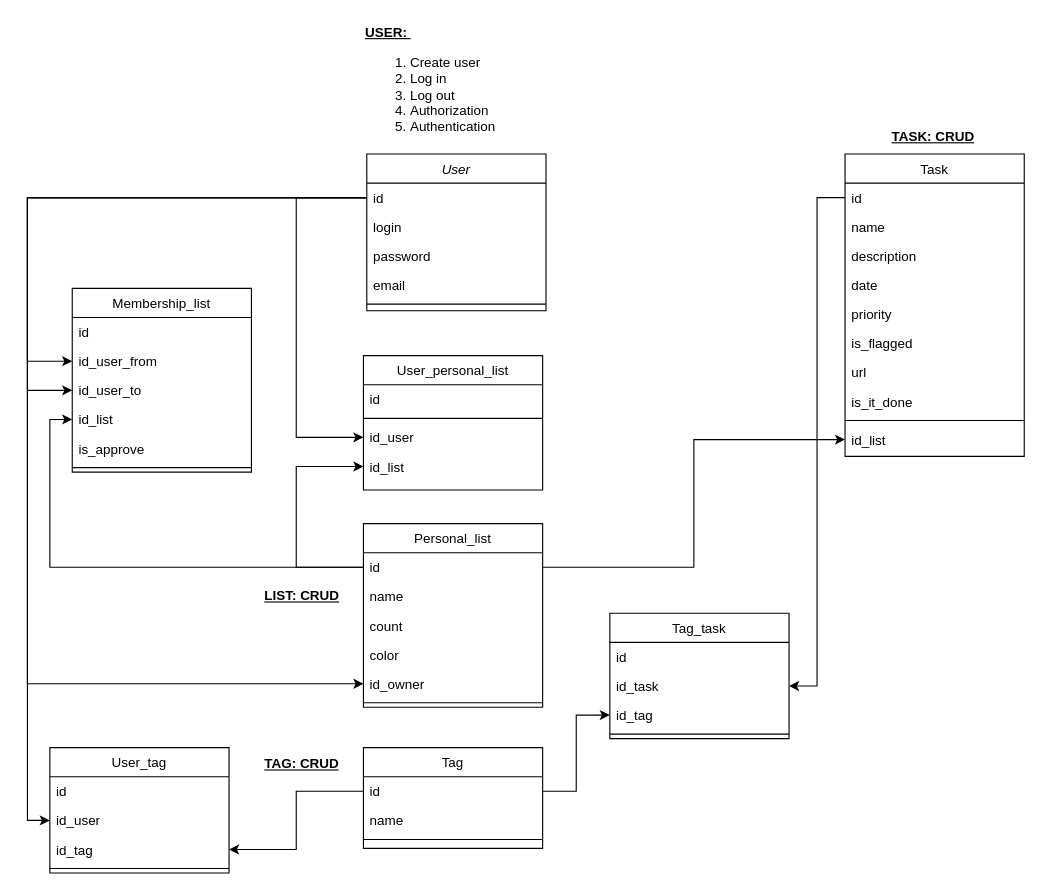
This is laravel-api.drawio from azzimandias/tasker-laravel-api, a draw.io file, before an edit. Source tidied: cells renumbered, new cells numbered last; positions are measured from the earlier drawing's top-left corner, leaving out a move shared by most shapes. Both pictures are drawn from the tidied source at 112%, with x=0, y=0 at pixel (27, 19).
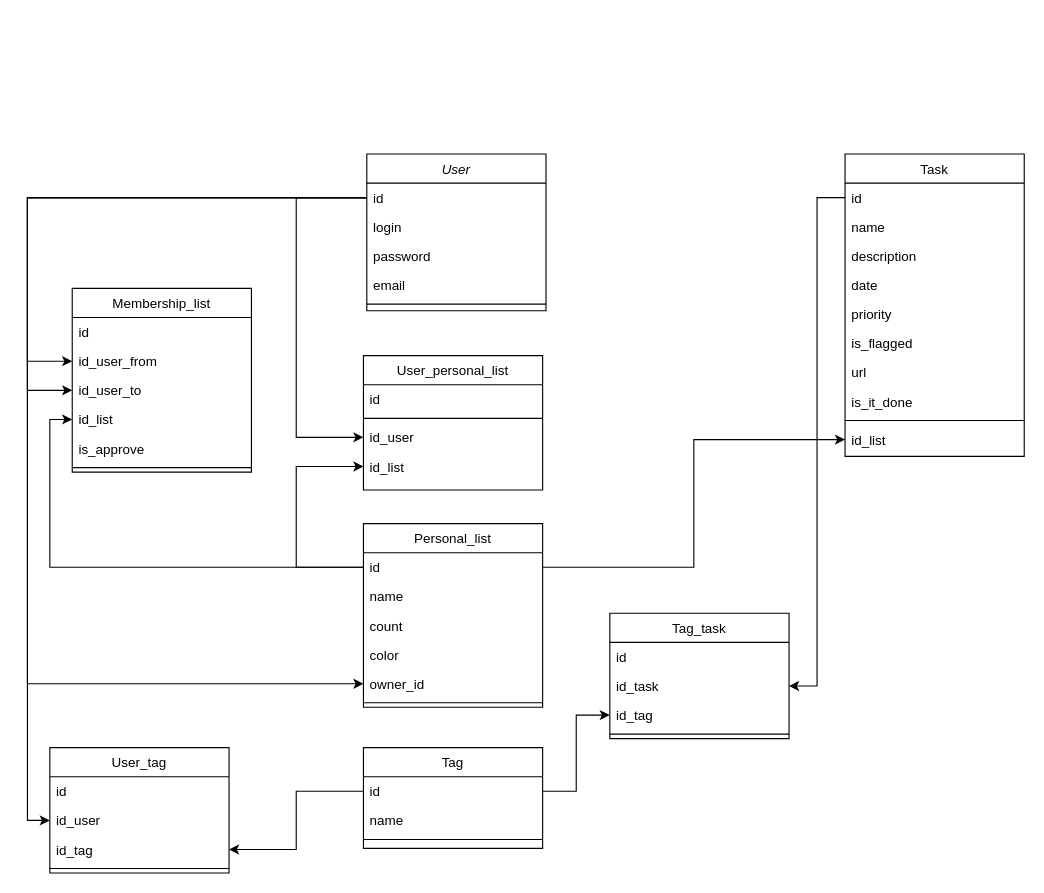
The same page after the edit.

Unchanged cells that the change refers to:
```xml
<mxCell id="12" value="Personal_list" style="swimlane;fontStyle=0;align=center;verticalAlign=top;horizontal=1;startSize=26;rounded=0;shadow=0;strokeWidth=1;" parent="1" vertex="1">
  <mxGeometry x="300" y="450" width="160" height="164" as="geometry" />
</mxCell>
```

The edit, as a diff of the source:
```diff
@@
-    <mxCell id="17" value="id_owner" style="text;align=left;verticalAlign=top;spacingLeft=4;spacingRight=4;overflow=hidden;points=[[0,0.5],[1,0.5]];portConstraint=eastwest;" parent="12" vertex="1">
+    <mxCell id="17" value="owner_id" style="text;align=left;verticalAlign=top;spacingLeft=4;spacingRight=4;overflow=hidden;points=[[0,0.5],[1,0.5]];portConstraint=eastwest;" parent="12" vertex="1">
       <mxGeometry y="130" width="160" height="26" as="geometry" />
     </mxCell>
@@
-    <mxCell id="37" value="&lt;b&gt;&lt;u&gt;USER:&amp;nbsp;&lt;/u&gt;&lt;/b&gt;&lt;br&gt;&lt;ol&gt;&lt;li&gt;Create user&lt;/li&gt;&lt;li&gt;Log in&lt;/li&gt;&lt;li&gt;Log out&lt;/li&gt;&lt;li&gt;Authorization&lt;/li&gt;&lt;li&gt;Authentication&lt;/li&gt;&lt;/ol&gt;" style="text;html=1;align=left;verticalAlign=middle;strokeColor=none;fillColor=none;" parent="1" vertex="1">
-      <mxGeometry x="300" width="140" height="120" as="geometry" />
-    </mxCell>
-    <mxCell id="38" value="&lt;b style=&quot;&quot;&gt;&lt;u&gt;LIST: CRUD&lt;br&gt;&lt;/u&gt;&lt;/b&gt;" style="text;html=1;align=left;verticalAlign=middle;strokeColor=none;fillColor=none;" parent="1" vertex="1">
-      <mxGeometry x="210" y="500" width="90" height="30" as="geometry" />
-    </mxCell>
-    <mxCell id="39" value="&lt;b style=&quot;&quot;&gt;&lt;u&gt;TAG: CRUD&lt;br&gt;&lt;/u&gt;&lt;/b&gt;" style="text;html=1;align=left;verticalAlign=middle;strokeColor=none;fillColor=none;" parent="1" vertex="1">
-      <mxGeometry x="210" y="650" width="90" height="30" as="geometry" />
-    </mxCell>
-    <mxCell id="40" value="&lt;b style=&quot;&quot;&gt;&lt;u&gt;TASK: CRUD&lt;br&gt;&lt;/u&gt;&lt;/b&gt;" style="text;html=1;align=left;verticalAlign=middle;strokeColor=none;fillColor=none;" parent="1" vertex="1">
-      <mxGeometry x="770" y="90" width="100" height="30" as="geometry" />
-    </mxCell>
```
